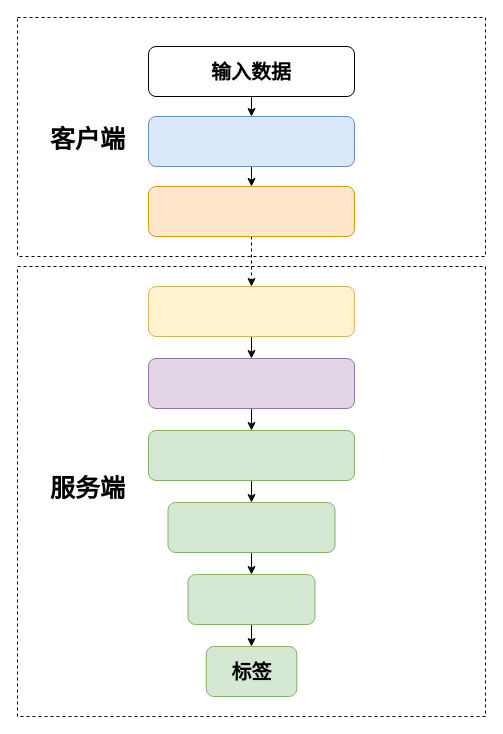
Earlier version of the draw.io diagram 分割学习基本架构（label sharing）.drawio (XiaoWenZz/draw-io). Source tidied: cells renumbered, new cells numbered last; positions are measured from the earlier drawing's top-left corner, leaving out a move shared by most shapes. Both pictures are drawn from the tidied source at 100%, with x=0, y=0 at pixel (17, 17).
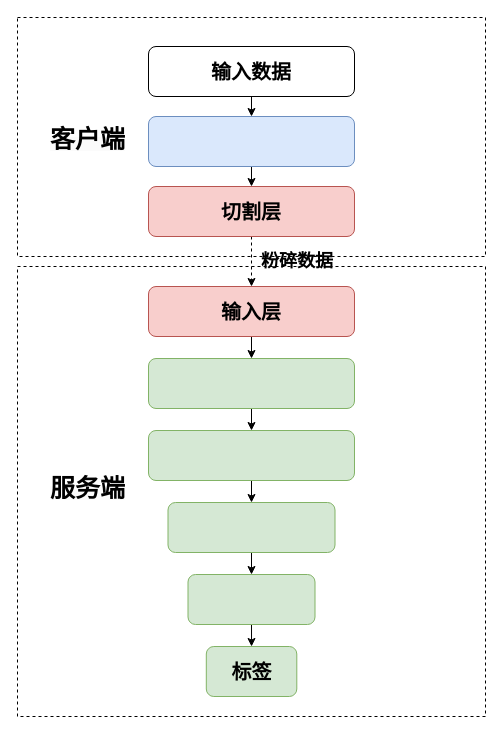
The same diagram, later.

Commit message:
更新分割学习基本架构（label sharing）.drawio

The edit, as a diff of the source:
```diff
@@
-    <mxCell id="9" style="rounded=1;whiteSpace=wrap;html=1;fillColor=#ffe6cc;strokeColor=#d79b00;" parent="1" vertex="1">
+    <mxCell id="9" value="&lt;span style=&quot;font-size: 20px;&quot;&gt;&lt;b&gt;切割层&lt;/b&gt;&lt;/span&gt;" style="rounded=1;whiteSpace=wrap;html=1;fillColor=#f8cecc;strokeColor=#b85450;" parent="1" vertex="1">
       <mxGeometry x="131" y="169" width="206" height="50" as="geometry" />
     </mxCell>
@@
-    <mxCell id="11" style="rounded=1;whiteSpace=wrap;html=1;fillColor=#fff2cc;strokeColor=#d6b656;" parent="1" vertex="1">
+    <mxCell id="11" value="&lt;b style=&quot;font-size: 20px;&quot;&gt;输入层&lt;/b&gt;" style="rounded=1;whiteSpace=wrap;html=1;fillColor=#f8cecc;strokeColor=#b85450;" parent="1" vertex="1">
       <mxGeometry x="131" y="269" width="206" height="50" as="geometry" />
     </mxCell>
@@
-    <mxCell id="13" style="rounded=1;whiteSpace=wrap;html=1;fillColor=#e1d5e7;strokeColor=#9673a6;" parent="1" vertex="1">
+    <mxCell id="13" style="rounded=1;whiteSpace=wrap;html=1;fillColor=#d5e8d4;strokeColor=#82b366;" parent="1" vertex="1">
       <mxGeometry x="131" y="341" width="206" height="50" as="geometry" />
     </mxCell>
@@
+    <mxCell id="23" value="&lt;b&gt;&lt;font style=&quot;font-size: 18px;&quot;&gt;粉碎数据&lt;/font&gt;&lt;/b&gt;" style="text;html=1;align=center;verticalAlign=middle;whiteSpace=wrap;rounded=0;" parent="1" vertex="1">
+      <mxGeometry x="237.5" y="229" width="83.5" height="30" as="geometry" />
+    </mxCell>
```
